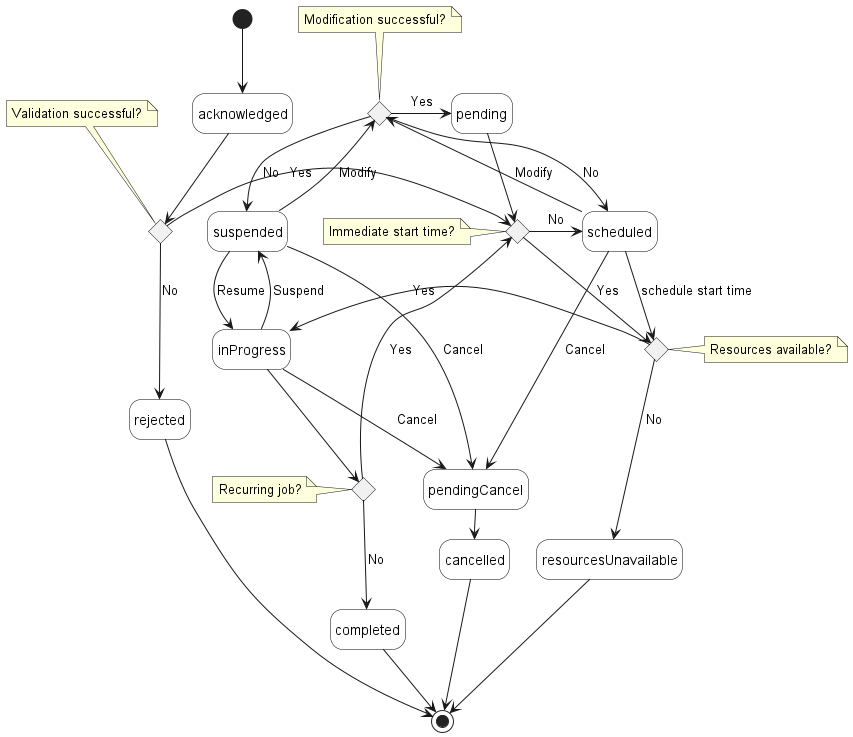
Above: documentation/serviceApi/fm/media/faultManagementJobStates.png in MEF-GIT/MEF-LSO-Legato-SDK (PlantUML), before the change. Source of this version:
```plantuml
@startuml faultManagementJobStates

skinparam state {
    BackgroundColor White
    BorderColor Black
}
hide empty description

state validation_successful <<choice>>
 note top of validation_successful : Validation successful?

state immediate <<choice>>
 note left of immediate : Immediate start time?

state modification <<choice>>
 note top of modification : Modification successful?

state resources <<choice>>
 note right of resources : Resources available?

state recurring <<choice>>
 note left of recurring : Recurring job?

state "inProgress" as inProgress
state "resourcesUnavailable" as resourcesUnavailable

[*] -d-> acknowledged

acknowledged -d-> validation_successful

validation_successful -d-> rejected: No

validation_successful -r-> immediate: Yes

immediate -r-> scheduled: No
scheduled -d-> pendingCancel: Cancel
scheduled -d-> resources: schedule start time
resources -d-> resourcesUnavailable: No
resources -l-> inProgress: Yes

immediate -d-> resources: Yes
inProgress -d-> recurring
recurring -d-> completed: No
recurring -u-> immediate: Yes

inProgress -d-> pendingCancel: Cancel
inProgress -u-> suspended: Suspend
suspended -r-> inProgress: Resume
suspended -r-> pendingCancel: Cancel

pendingCancel -> cancelled

suspended -u-> modification: Modify
modification -d-> suspended: No

scheduled -u-> modification: Modify
modification -d-> scheduled: No


modification -r-> pending: Yes

pending -d-> immediate

rejected -d-> [*]
completed -d-> [*]
cancelled -d-> [*]
resourcesUnavailable -d-> [*]

@enduml
```
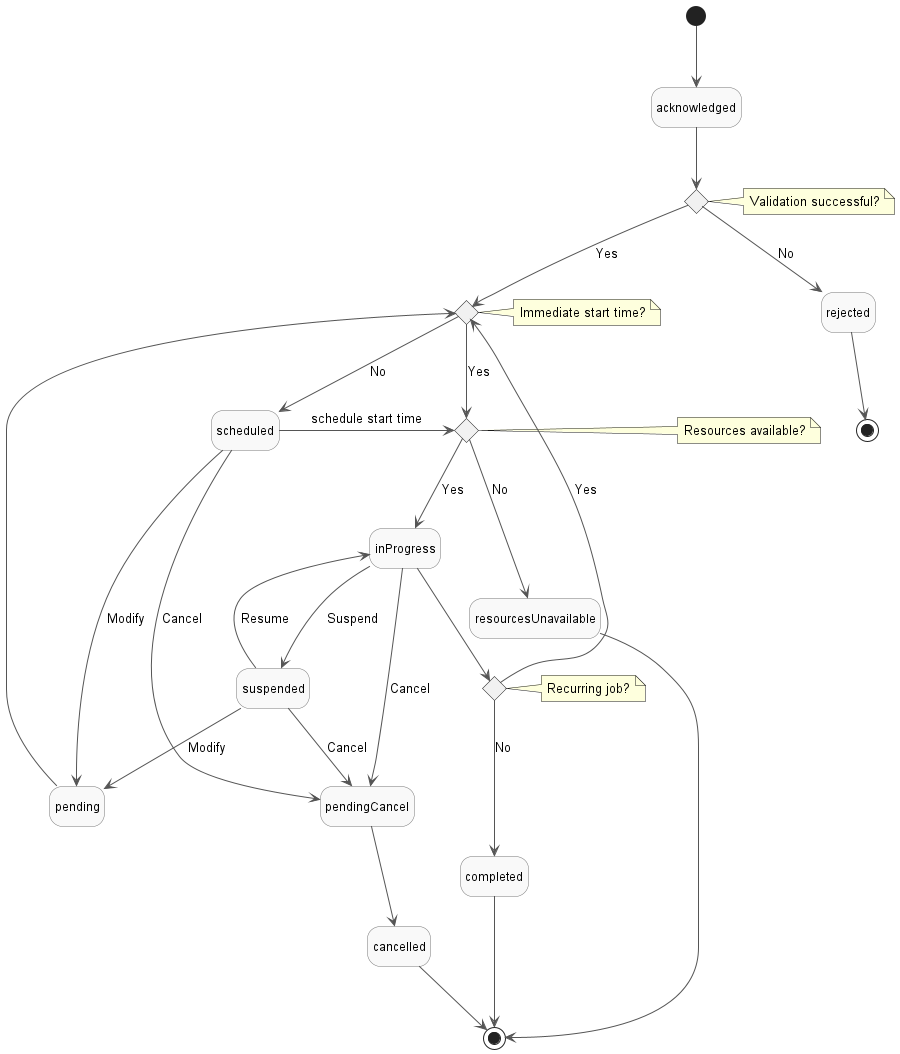
After the commit.

Change to the diagram source:
```diff
@@ -1,69 +1,67 @@
 @startuml faultManagementJobStates
 
-skinparam state {
-    BackgroundColor White
-    BorderColor Black
-}
+top to bottom direction
+
 hide empty description
 
+skinparam shadowing false
+skinparam state {
+	BackgroundColor #F9F9F9
+	BorderColor #777
+	FontSize 12
+}
+skinparam ArrowColor #555
+skinparam ArrowThickness 1
+skinparam defaultTextAlignment center
+
 state validation_successful <<choice>>
- note top of validation_successful : Validation successful?
+note right of validation_successful : Validation successful?
+state immediate <<choice>>
+note right of immediate : Immediate start time?
+state resources <<choice>>
+note right of resources : Resources available?
+state recurring <<choice>>
+note right of recurring : Recurring job?
 
-state immediate <<choice>>
- note left of immediate : Immediate start time?
+state acknowledged
+state rejected
+state in_progress as "inProgress"
+state resource_unavailable as "resourcesUnavailable"
+state pending_cancel as "pendingCancel"
+state scheduled
+state suspended
+state pending
+state completed
+state cancelled
+state end1 <<end>>
 
-state modification <<choice>>
- note top of modification : Modification successful?
+[*] --> acknowledged
+acknowledged --> validation_successful
+validation_successful --> immediate : Yes
+validation_successful --> rejected : No
+rejected --> end1
 
-state resources <<choice>>
- note right of resources : Resources available?
+immediate -d-> resources : Yes
+immediate -d-> scheduled : No
+scheduled -r-> resources : schedule start time
+scheduled --> pending_cancel : Cancel
+scheduled --> pending : Modify
+pending --> immediate
 
-state recurring <<choice>>
- note left of recurring : Recurring job?
+resources --> in_progress : Yes
+resources --> resource_unavailable : No
+in_progress --> recurring
+in_progress --> pending_cancel : Cancel
+in_progress --> suspended : Suspend
+suspended --> in_progress : Resume
+suspended --> pending_cancel : Cancel
+suspended --> pending : Modify
+recurring --> completed : No
+recurring --> immediate : Yes
 
-state "inProgress" as inProgress
-state "resourcesUnavailable" as resourcesUnavailable
-
-[*] -d-> acknowledged
-
-acknowledged -d-> validation_successful
-
-validation_successful -d-> rejected: No
-
-validation_successful -r-> immediate: Yes
-
-immediate -r-> scheduled: No
-scheduled -d-> pendingCancel: Cancel
-scheduled -d-> resources: schedule start time
-resources -d-> resourcesUnavailable: No
-resources -l-> inProgress: Yes
-
-immediate -d-> resources: Yes
-inProgress -d-> recurring
-recurring -d-> completed: No
-recurring -u-> immediate: Yes
-
-inProgress -d-> pendingCancel: Cancel
-inProgress -u-> suspended: Suspend
-suspended -r-> inProgress: Resume
-suspended -r-> pendingCancel: Cancel
-
-pendingCancel -> cancelled
-
-suspended -u-> modification: Modify
-modification -d-> suspended: No
-
-scheduled -u-> modification: Modify
-modification -d-> scheduled: No
-
-
-modification -r-> pending: Yes
-
-pending -d-> immediate
-
-rejected -d-> [*]
-completed -d-> [*]
-cancelled -d-> [*]
-resourcesUnavailable -d-> [*]
+pending_cancel --> cancelled
+completed --> [*]
+cancelled --> [*]
+resource_unavailable --> [*]
 
 @enduml
```
